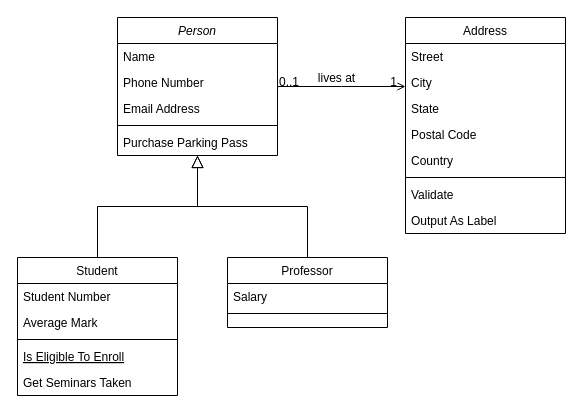
Above: data/Untitled Diagram.drawio in LumberJack19/2023_Geog575_FinalProject (draw.io), before the change. Source tidied: cells renumbered, new cells numbered last; positions are measured from the earlier drawing's top-left corner, leaving out a move shared by most shapes. Both pictures are drawn from the tidied source at 100%, with x=0, y=0 at pixel (17, 17).
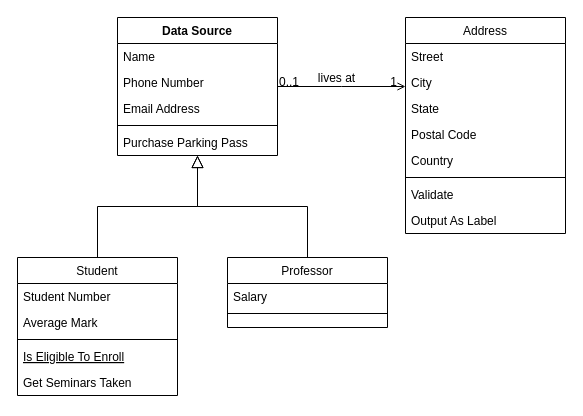
The same diagram, later.

The edit, as a diff of the source:
```diff
@@
-    <mxCell id="2" value="Person" style="swimlane;fontStyle=2;align=center;verticalAlign=top;horizontal=1;startSize=26;rounded=0;shadow=0;strokeWidth=1;" parent="1" vertex="1">
+    <mxCell id="2" value="Data Source" style="swimlane;fontStyle=1;align=center;verticalAlign=top;horizontal=1;startSize=26;rounded=0;shadow=0;strokeWidth=1;" parent="1" vertex="1">
       <mxGeometry x="100" width="160" height="138" as="geometry" />
     </mxCell>
```
